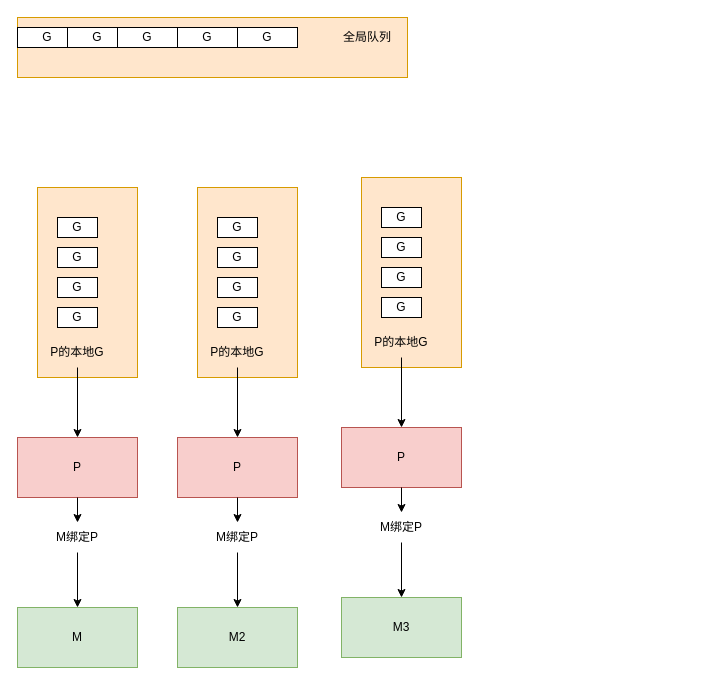
Above: docs/未命名绘图.drawio in Yao-Xiao-Chun/shop-demo (draw.io), before the change. Source tidied: cells renumbered, new cells numbered last; positions are measured from the earlier drawing's top-left corner, leaving out a move shared by most shapes. Both pictures are drawn from the tidied source at 100%, with x=0, y=0 at pixel (17, 17).
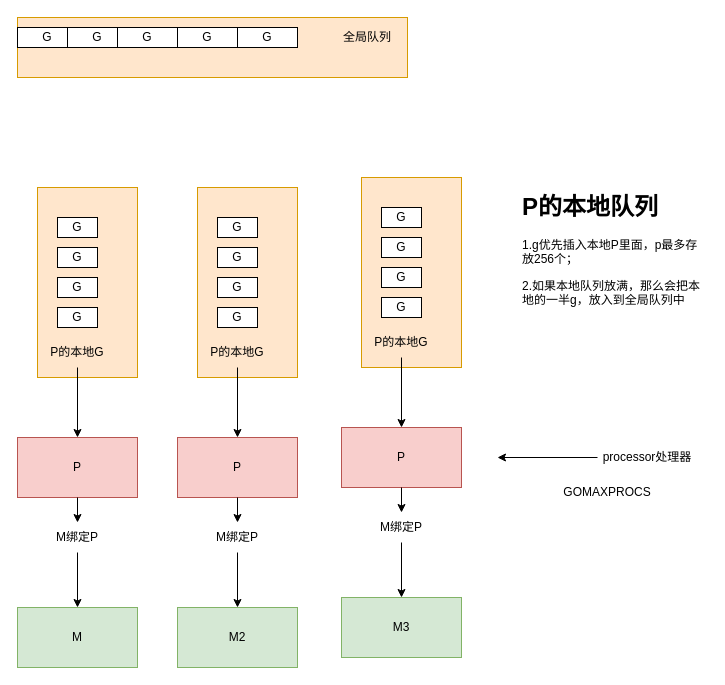
After the change.

Commit message:
更新未命名绘图.drawio

Change to the diagram source:
```diff
@@
+    <mxCell id="45" style="endArrow=classic;html=1;rounded=0;" parent="1" edge="1">
+      <mxGeometry relative="1" as="geometry">
+        <mxPoint x="580" y="440" as="sourcePoint" />
+        <mxPoint x="480" y="440" as="targetPoint" />
+      </mxGeometry>
+    </mxCell>
+    <mxCell id="46" value="processor处理器" style="text;html=1;strokeColor=none;fillColor=none;align=center;verticalAlign=middle;whiteSpace=wrap;rounded=0;" parent="1" vertex="1">
+      <mxGeometry x="570" y="425" width="120" height="30" as="geometry" />
+    </mxCell>
+    <mxCell id="47" value="&lt;h1&gt;P的本地队列&lt;br&gt;&lt;/h1&gt;&lt;p&gt;1.g优先插入本地P里面，p最多存放256个；&lt;/p&gt;&lt;p&gt;2.如果本地队列放满，那么会把本地的一半g，放入到全局队列中&lt;br&gt;&lt;/p&gt;" style="text;html=1;strokeColor=none;fillColor=none;spacing=5;spacingTop=-20;whiteSpace=wrap;overflow=hidden;rounded=0;" parent="1" vertex="1">
+      <mxGeometry x="500" y="170" width="190" height="120" as="geometry" />
+    </mxCell>
+    <mxCell id="48" value="&lt;div&gt;GOMAXPROCS&lt;/div&gt;" style="text;html=1;strokeColor=none;fillColor=none;align=center;verticalAlign=middle;whiteSpace=wrap;rounded=0;" parent="1" vertex="1">
+      <mxGeometry x="560" y="460" width="60" height="30" as="geometry" />
+    </mxCell>
```
